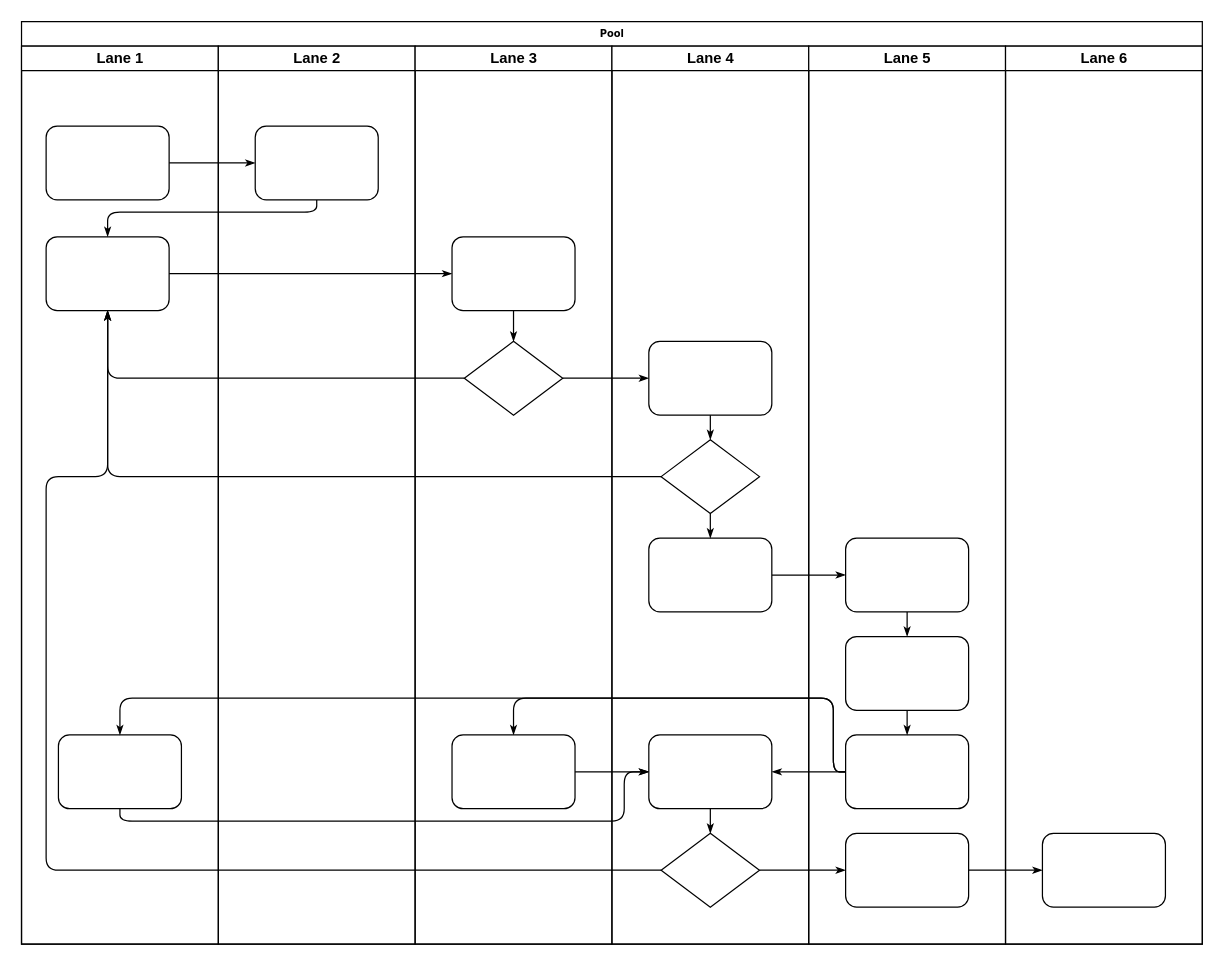
The draw.io diagram Untitled Diagram.drawio in dungnm8/temp_follow, before the edit. Source tidied: cells renumbered, new cells numbered last; positions are measured from the earlier drawing's top-left corner, leaving out a move shared by most shapes. Both pictures are drawn from the tidied source at 123%, with x=0, y=0 at pixel (21, 21).
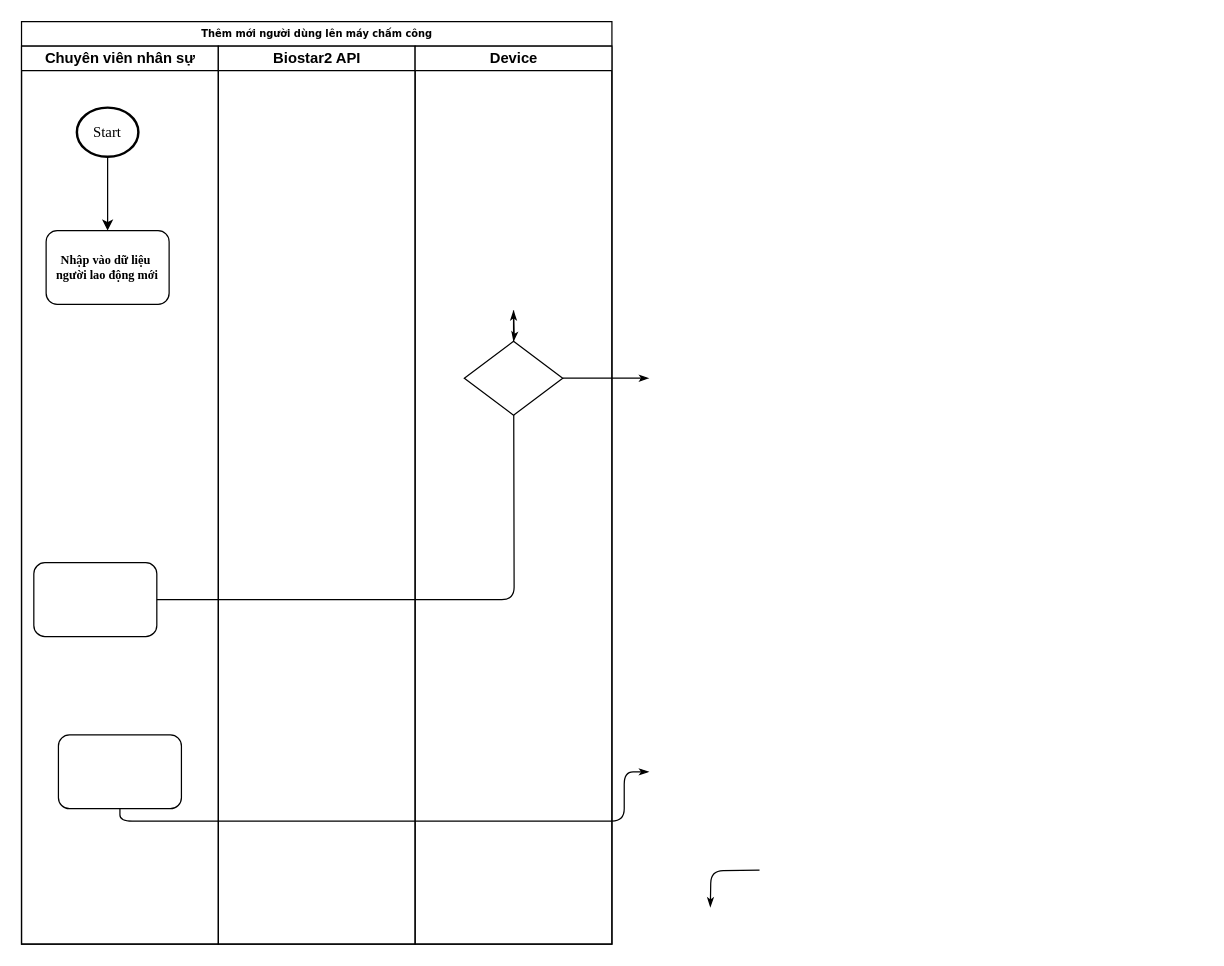
The same page after the edit.

The change refers to these unchanged cells:
```xml
<mxCell id="6" style="rounded=1;whiteSpace=wrap;html=1;shadow=0;labelBackgroundColor=none;strokeWidth=1;fontFamily=Verdana;fontSize=8;align=center;" parent="3" vertex="1">
  <mxGeometry x="30" y="560" width="100" height="60" as="geometry" />
</mxCell>
<mxCell id="26" style="rhombus;whiteSpace=wrap;html=1;rounded=0;shadow=0;labelBackgroundColor=none;strokeWidth=1;fontFamily=Verdana;fontSize=8;align=center;" parent="24" vertex="1">
  <mxGeometry x="40" y="240" width="80" height="60" as="geometry" />
</mxCell>
```

Diff of the diagram source:
```diff
@@
-    <mxCell id="2" value="Pool" style="swimlane;html=1;startSize=20;rounded=0;shadow=0;labelBackgroundColor=none;strokeWidth=1;fontFamily=Verdana;fontSize=8;align=center;" parent="1" vertex="1">
-      <mxGeometry width="960" height="750" as="geometry" />
+    <mxCell id="2" value="Thêm mới người dùng lên máy chấm công" style="swimlane;html=1;startSize=20;rounded=0;shadow=0;labelBackgroundColor=none;strokeWidth=1;fontFamily=Verdana;fontSize=8;align=center;" parent="1" vertex="1">
+      <mxGeometry width="480" height="750" as="geometry" />
     </mxCell>
-    <mxCell id="3" value="Lane 1" style="swimlane;html=1;startSize=20;" parent="2" vertex="1">
+    <mxCell id="3" value="Chuyên viên nhân sự" style="swimlane;html=1;startSize=20;" parent="2" vertex="1">
       <mxGeometry y="20" width="160" height="730" as="geometry" />
     </mxCell>
-    <mxCell id="4" style="rounded=1;whiteSpace=wrap;html=1;shadow=0;labelBackgroundColor=none;strokeWidth=1;fontFamily=Verdana;fontSize=8;align=center;" parent="3" vertex="1">
-      <mxGeometry x="20" y="65" width="100" height="60" as="geometry" />
+    <mxCell id="4" value="&lt;h4&gt;&lt;font face=&quot;Times New Roman&quot; style=&quot;font-size: 10px&quot;&gt;Nhập vào dữ liệu&amp;nbsp; người lao động mới&lt;/font&gt;&lt;/h4&gt;" style="rounded=1;whiteSpace=wrap;html=1;shadow=0;labelBackgroundColor=none;strokeWidth=1;fontFamily=Verdana;fontSize=8;align=center;" parent="3" vertex="1">
+      <mxGeometry x="20" y="150" width="100" height="60" as="geometry" />
     </mxCell>
     <mxCell id="5" style="rounded=1;whiteSpace=wrap;html=1;shadow=0;labelBackgroundColor=none;strokeWidth=1;fontFamily=Verdana;fontSize=8;align=center;" parent="3" vertex="1">
-      <mxGeometry x="20" y="155" width="100" height="60" as="geometry" />
+      <mxGeometry x="10" y="420" width="100" height="60" as="geometry" />
     </mxCell>
@@
-    <mxCell id="7" style="edgeStyle=orthogonalEdgeStyle;rounded=1;html=1;labelBackgroundColor=none;startArrow=none;startFill=0;startSize=5;endArrow=classicThin;endFill=1;endSize=5;jettySize=auto;strokeWidth=1;fontFamily=Verdana;fontSize=8;" parent="2" edge="1" source="4" target="23">
-      <mxGeometry relative="1" as="geometry" />
-    </mxCell>
-    <mxCell id="8" style="edgeStyle=orthogonalEdgeStyle;rounded=1;html=1;labelBackgroundColor=none;startArrow=none;startFill=0;startSize=5;endArrow=classicThin;endFill=1;endSize=5;jettySize=auto;strokeWidth=1;fontFamily=Verdana;fontSize=8;" parent="2" edge="1" source="23" target="5">
-      <mxGeometry relative="1" as="geometry">
-        <Array as="points">
-          <mxPoint x="240" y="155" />
-          <mxPoint x="70" y="155" />
-        </Array>
-      </mxGeometry>
-    </mxCell>
+    <mxCell id="47" style="edgeStyle=orthogonalEdgeStyle;rounded=0;jettySize=auto;html=1;" parent="3" edge="1" source="48" target="4">
+      <mxGeometry relative="1" as="geometry" />
+    </mxCell>
+    <mxCell id="48" value="&lt;font face=&quot;Times New Roman&quot; style=&quot;font-size: 12px&quot;&gt;Start&lt;/font&gt;" style="strokeWidth=2;html=1;shape=mxgraph.flowchart.start_2;whiteSpace=wrap;" parent="3" vertex="1">
+      <mxGeometry x="45" y="50" width="50" height="40" as="geometry" />
+    </mxCell>
-    <mxCell id="9" style="edgeStyle=orthogonalEdgeStyle;rounded=1;html=1;labelBackgroundColor=none;startArrow=none;startFill=0;startSize=5;endArrow=classicThin;endFill=1;endSize=5;jettySize=auto;strokeWidth=1;fontFamily=Verdana;fontSize=8;" parent="2" edge="1" source="5" target="25">
-      <mxGeometry relative="1" as="geometry" />
+    <mxCell id="9" style="edgeStyle=orthogonalEdgeStyle;rounded=1;html=1;labelBackgroundColor=none;startArrow=none;startFill=0;startSize=5;endArrow=classicThin;endFill=1;endSize=5;jettySize=auto;strokeWidth=1;fontFamily=Verdana;fontSize=8;" parent="2" edge="1" source="5">
+      <mxGeometry relative="1" as="geometry">
+        <mxPoint x="400" y="235" as="targetPoint" />
+      </mxGeometry>
     </mxCell>
-    <mxCell id="10" style="edgeStyle=orthogonalEdgeStyle;rounded=1;html=1;labelBackgroundColor=none;startArrow=none;startFill=0;startSize=5;endArrow=classicThin;endFill=1;endSize=5;jettySize=auto;strokeWidth=1;fontFamily=Verdana;fontSize=8;" parent="2" edge="1" source="26" target="5">
-      <mxGeometry relative="1" as="geometry" />
-    </mxCell>
-    <mxCell id="11" style="edgeStyle=orthogonalEdgeStyle;rounded=1;html=1;labelBackgroundColor=none;startArrow=none;startFill=0;startSize=5;endArrow=classicThin;endFill=1;endSize=5;jettySize=auto;strokeWidth=1;fontFamily=Verdana;fontSize=8;" parent="2" edge="1" source="31" target="5">
-      <mxGeometry relative="1" as="geometry" />
-    </mxCell>
-    <mxCell id="12" style="edgeStyle=orthogonalEdgeStyle;rounded=1;html=1;labelBackgroundColor=none;startArrow=none;startFill=0;startSize=5;endArrow=classicThin;endFill=1;endSize=5;jettySize=auto;strokeWidth=1;fontFamily=Verdana;fontSize=8;" parent="2" edge="1" source="34" target="5">
-      <mxGeometry relative="1" as="geometry">
-        <Array as="points">
-          <mxPoint x="20" y="690" />
-          <mxPoint x="20" y="370" />
-          <mxPoint x="70" y="370" />
-        </Array>
-      </mxGeometry>
-    </mxCell>
-    <mxCell id="13" style="edgeStyle=orthogonalEdgeStyle;rounded=1;html=1;labelBackgroundColor=none;startArrow=none;startFill=0;startSize=5;endArrow=classicThin;endFill=1;endSize=5;jettySize=auto;strokeWidth=1;fontFamily=Verdana;fontSize=8;" parent="2" edge="1" source="26" target="30">
-      <mxGeometry relative="1" as="geometry" />
+    <mxCell id="13" style="edgeStyle=orthogonalEdgeStyle;rounded=1;html=1;labelBackgroundColor=none;startArrow=none;startFill=0;startSize=5;endArrow=classicThin;endFill=1;endSize=5;jettySize=auto;strokeWidth=1;fontFamily=Verdana;fontSize=8;" parent="2" edge="1" source="26">
+      <mxGeometry relative="1" as="geometry">
+        <mxPoint x="510" y="290" as="targetPoint" />
+      </mxGeometry>
     </mxCell>
-    <mxCell id="14" style="edgeStyle=orthogonalEdgeStyle;rounded=1;html=1;labelBackgroundColor=none;startArrow=none;startFill=0;startSize=5;endArrow=classicThin;endFill=1;endSize=5;jettySize=auto;strokeWidth=1;fontFamily=Verdana;fontSize=8;" parent="2" edge="1" source="34" target="42">
-      <mxGeometry relative="1" as="geometry" />
+    <mxCell id="14" style="edgeStyle=orthogonalEdgeStyle;rounded=1;html=1;labelBackgroundColor=none;startArrow=none;startFill=0;startSize=5;endArrow=classicThin;endFill=1;endSize=5;jettySize=auto;orthogonalLoop=1;strokeWidth=1;fontFamily=Verdana;fontSize=8;" parent="2" edge="1">
+      <mxGeometry relative="1" as="geometry">
+        <mxPoint x="600" y="690" as="sourcePoint" />
+        <mxPoint x="560" y="720" as="targetPoint" />
+      </mxGeometry>
     </mxCell>
-    <mxCell id="15" style="edgeStyle=orthogonalEdgeStyle;rounded=1;html=1;labelBackgroundColor=none;startArrow=none;startFill=0;startSize=5;endArrow=classicThin;endFill=1;endSize=5;jettySize=auto;strokeWidth=1;fontFamily=Verdana;fontSize=8;" parent="2" edge="1" source="42" target="46">
-      <mxGeometry relative="1" as="geometry" />
-    </mxCell>
-    <mxCell id="16" style="edgeStyle=orthogonalEdgeStyle;rounded=1;html=1;labelBackgroundColor=none;startArrow=none;startFill=0;startSize=5;endArrow=classicThin;endFill=1;endSize=5;jettySize=auto;strokeWidth=1;fontFamily=Verdana;fontSize=8;" parent="2" edge="1" source="32" target="39">
-      <mxGeometry relative="1" as="geometry" />
-    </mxCell>
-    <mxCell id="17" style="edgeStyle=orthogonalEdgeStyle;rounded=1;html=1;labelBackgroundColor=none;startArrow=none;startFill=0;startSize=5;endArrow=classicThin;endFill=1;endSize=5;jettySize=auto;strokeWidth=1;fontFamily=Verdana;fontSize=8;" parent="2" edge="1" source="41" target="27">
-      <mxGeometry relative="1" as="geometry">
-        <Array as="points">
-          <mxPoint x="660" y="610" />
-          <mxPoint x="660" y="550" />
-          <mxPoint x="400" y="550" />
-        </Array>
-      </mxGeometry>
-    </mxCell>
-    <mxCell id="18" style="edgeStyle=orthogonalEdgeStyle;rounded=1;html=1;labelBackgroundColor=none;startArrow=none;startFill=0;startSize=5;endArrow=classicThin;endFill=1;endSize=5;jettySize=auto;strokeColor=#000000;strokeWidth=1;fontFamily=Verdana;fontSize=8;fontColor=#000000;" parent="2" edge="1" source="41" target="33">
-      <mxGeometry relative="1" as="geometry" />
-    </mxCell>
-    <mxCell id="19" style="edgeStyle=orthogonalEdgeStyle;rounded=1;html=1;labelBackgroundColor=none;startArrow=none;startFill=0;startSize=5;endArrow=classicThin;endFill=1;endSize=5;jettySize=auto;strokeWidth=1;fontFamily=Verdana;fontSize=8;" parent="2" edge="1" source="41" target="6">
-      <mxGeometry relative="1" as="geometry">
-        <Array as="points">
-          <mxPoint x="660" y="610" />
-          <mxPoint x="660" y="550" />
-          <mxPoint x="80" y="550" />
-        </Array>
-      </mxGeometry>
-    </mxCell>
-    <mxCell id="20" style="edgeStyle=orthogonalEdgeStyle;rounded=1;html=1;labelBackgroundColor=none;startArrow=none;startFill=0;startSize=5;endArrow=classicThin;endFill=1;endSize=5;jettySize=auto;strokeWidth=1;fontFamily=Verdana;fontSize=8;" parent="2" edge="1" source="6" target="33">
+    <mxCell id="20" style="edgeStyle=orthogonalEdgeStyle;rounded=1;html=1;labelBackgroundColor=none;startArrow=none;startFill=0;startSize=5;endArrow=classicThin;endFill=1;endSize=5;jettySize=auto;strokeWidth=1;fontFamily=Verdana;fontSize=8;" parent="2" edge="1" source="6">
       <mxGeometry relative="1" as="geometry">
+        <mxPoint x="510" y="610" as="targetPoint" />
         <Array as="points">
           <mxPoint x="80" y="650" />
           <mxPoint x="490" y="650" />
           <mxPoint x="490" y="610" />
         </Array>
       </mxGeometry>
     </mxCell>
-    <mxCell id="21" style="edgeStyle=orthogonalEdgeStyle;rounded=1;html=1;labelBackgroundColor=none;startArrow=none;startFill=0;startSize=5;endArrow=classicThin;endFill=1;endSize=5;jettySize=auto;strokeWidth=1;fontFamily=Verdana;fontSize=8;" parent="2" edge="1" source="27" target="33">
-      <mxGeometry relative="1" as="geometry" />
-    </mxCell>
-    <mxCell id="22" value="Lane 2" style="swimlane;html=1;startSize=20;" parent="2" vertex="1">
+    <mxCell id="22" value="Biostar2 API" style="swimlane;html=1;startSize=20;" parent="2" vertex="1">
       <mxGeometry x="160" y="20" width="160" height="730" as="geometry" />
     </mxCell>
-    <mxCell id="23" style="rounded=1;whiteSpace=wrap;html=1;shadow=0;labelBackgroundColor=none;strokeWidth=1;fontFamily=Verdana;fontSize=8;align=center;" parent="22" vertex="1">
-      <mxGeometry x="30" y="65" width="100" height="60" as="geometry" />
-    </mxCell>
-    <mxCell id="24" value="Lane 3" style="swimlane;html=1;startSize=20;" parent="2" vertex="1">
+    <mxCell id="24" value="Device" style="swimlane;html=1;startSize=20;" parent="2" vertex="1">
       <mxGeometry x="320" y="20" width="160" height="730" as="geometry" />
     </mxCell>
-    <mxCell id="25" style="rounded=1;whiteSpace=wrap;html=1;shadow=0;labelBackgroundColor=none;strokeWidth=1;fontFamily=Verdana;fontSize=8;align=center;" parent="24" vertex="1">
-      <mxGeometry x="30" y="155" width="100" height="60" as="geometry" />
-    </mxCell>
@@
-    <mxCell id="27" style="rounded=1;whiteSpace=wrap;html=1;shadow=0;labelBackgroundColor=none;strokeWidth=1;fontFamily=Verdana;fontSize=8;align=center;" parent="24" vertex="1">
-      <mxGeometry x="30" y="560" width="100" height="60" as="geometry" />
-    </mxCell>
-    <mxCell id="28" style="edgeStyle=orthogonalEdgeStyle;rounded=1;html=1;labelBackgroundColor=none;startArrow=none;startFill=0;startSize=5;endArrow=classicThin;endFill=1;endSize=5;jettySize=auto;strokeWidth=1;fontFamily=Verdana;fontSize=8;" parent="24" edge="1" source="25" target="26">
-      <mxGeometry relative="1" as="geometry" />
+    <mxCell id="28" style="edgeStyle=orthogonalEdgeStyle;rounded=1;html=1;labelBackgroundColor=none;startArrow=none;startFill=0;startSize=5;endArrow=classicThin;endFill=1;endSize=5;jettySize=auto;strokeWidth=1;fontFamily=Verdana;fontSize=8;" parent="24" edge="1" target="26">
+      <mxGeometry relative="1" as="geometry">
+        <mxPoint x="80" y="215" as="sourcePoint" />
+      </mxGeometry>
     </mxCell>
-    <mxCell id="29" value="Lane 4" style="swimlane;html=1;startSize=20;" parent="2" vertex="1">
-      <mxGeometry x="480" y="20" width="160" height="730" as="geometry" />
-    </mxCell>
-    <mxCell id="30" style="rounded=1;whiteSpace=wrap;html=1;shadow=0;labelBackgroundColor=none;strokeWidth=1;fontFamily=Verdana;fontSize=8;align=center;" parent="29" vertex="1">
-      <mxGeometry x="30" y="240" width="100" height="60" as="geometry" />
-    </mxCell>
-    <mxCell id="31" style="rhombus;whiteSpace=wrap;html=1;rounded=0;shadow=0;labelBackgroundColor=none;strokeWidth=1;fontFamily=Verdana;fontSize=8;align=center;" parent="29" vertex="1">
-      <mxGeometry x="40" y="320" width="80" height="60" as="geometry" />
-    </mxCell>
-    <mxCell id="32" style="rounded=1;whiteSpace=wrap;html=1;shadow=0;labelBackgroundColor=none;strokeWidth=1;fontFamily=Verdana;fontSize=8;align=center;" parent="29" vertex="1">
-      <mxGeometry x="30" y="400" width="100" height="60" as="geometry" />
-    </mxCell>
-    <mxCell id="33" style="rounded=1;whiteSpace=wrap;html=1;shadow=0;labelBackgroundColor=none;strokeWidth=1;fontFamily=Verdana;fontSize=8;align=center;" parent="29" vertex="1">
-      <mxGeometry x="30" y="560" width="100" height="60" as="geometry" />
-    </mxCell>
-    <mxCell id="34" style="rhombus;whiteSpace=wrap;html=1;rounded=0;shadow=0;labelBackgroundColor=none;strokeWidth=1;fontFamily=Verdana;fontSize=8;align=center;" parent="29" vertex="1">
-      <mxGeometry x="40" y="640" width="80" height="60" as="geometry" />
-    </mxCell>
-    <mxCell id="35" style="edgeStyle=orthogonalEdgeStyle;rounded=1;html=1;labelBackgroundColor=none;startArrow=none;startFill=0;startSize=5;endArrow=classicThin;endFill=1;endSize=5;jettySize=auto;strokeColor=#000000;strokeWidth=1;fontFamily=Verdana;fontSize=8;fontColor=#000000;" parent="29" edge="1" source="30" target="31">
-      <mxGeometry relative="1" as="geometry" />
-    </mxCell>
-    <mxCell id="36" style="edgeStyle=orthogonalEdgeStyle;rounded=1;html=1;labelBackgroundColor=none;startArrow=none;startFill=0;startSize=5;endArrow=classicThin;endFill=1;endSize=5;jettySize=auto;strokeWidth=1;fontFamily=Verdana;fontSize=8;" parent="29" edge="1" source="31" target="32">
-      <mxGeometry relative="1" as="geometry" />
-    </mxCell>
-    <mxCell id="37" style="edgeStyle=orthogonalEdgeStyle;rounded=1;html=1;labelBackgroundColor=none;startArrow=none;startFill=0;startSize=5;endArrow=classicThin;endFill=1;endSize=5;jettySize=auto;strokeWidth=1;fontFamily=Verdana;fontSize=8;" parent="29" edge="1" source="33" target="34">
-      <mxGeometry relative="1" as="geometry" />
-    </mxCell>
-    <mxCell id="38" value="Lane 5" style="swimlane;html=1;startSize=20;" parent="2" vertex="1">
-      <mxGeometry x="640" y="20" width="160" height="730" as="geometry" />
-    </mxCell>
-    <mxCell id="39" style="rounded=1;whiteSpace=wrap;html=1;shadow=0;labelBackgroundColor=none;strokeWidth=1;fontFamily=Verdana;fontSize=8;align=center;" parent="38" vertex="1">
-      <mxGeometry x="30" y="400" width="100" height="60" as="geometry" />
-    </mxCell>
-    <mxCell id="40" style="rounded=1;whiteSpace=wrap;html=1;shadow=0;labelBackgroundColor=none;strokeWidth=1;fontFamily=Verdana;fontSize=8;align=center;" parent="38" vertex="1">
-      <mxGeometry x="30" y="480" width="100" height="60" as="geometry" />
-    </mxCell>
-    <mxCell id="41" style="rounded=1;whiteSpace=wrap;html=1;shadow=0;labelBackgroundColor=none;strokeWidth=1;fontFamily=Verdana;fontSize=8;align=center;" parent="38" vertex="1">
-      <mxGeometry x="30" y="560" width="100" height="60" as="geometry" />
-    </mxCell>
-    <mxCell id="42" style="rounded=1;whiteSpace=wrap;html=1;shadow=0;labelBackgroundColor=none;strokeWidth=1;fontFamily=Verdana;fontSize=8;align=center;" parent="38" vertex="1">
-      <mxGeometry x="30" y="640" width="100" height="60" as="geometry" />
-    </mxCell>
-    <mxCell id="43" style="edgeStyle=orthogonalEdgeStyle;rounded=1;html=1;labelBackgroundColor=none;startArrow=none;startFill=0;startSize=5;endArrow=classicThin;endFill=1;endSize=5;jettySize=auto;strokeWidth=1;fontFamily=Verdana;fontSize=8;" parent="38" edge="1" source="39" target="40">
-      <mxGeometry relative="1" as="geometry" />
-    </mxCell>
-    <mxCell id="44" style="edgeStyle=orthogonalEdgeStyle;rounded=1;html=1;labelBackgroundColor=none;startArrow=none;startFill=0;startSize=5;endArrow=classicThin;endFill=1;endSize=5;jettySize=auto;strokeWidth=1;fontFamily=Verdana;fontSize=8;" parent="38" edge="1" source="40" target="41">
-      <mxGeometry relative="1" as="geometry" />
-    </mxCell>
-    <mxCell id="45" value="Lane 6" style="swimlane;html=1;startSize=20;" parent="2" vertex="1">
-      <mxGeometry x="800" y="20" width="160" height="730" as="geometry" />
-    </mxCell>
-    <mxCell id="46" style="rounded=1;whiteSpace=wrap;html=1;shadow=0;labelBackgroundColor=none;strokeWidth=1;fontFamily=Verdana;fontSize=8;align=center;" parent="45" vertex="1">
-      <mxGeometry x="30" y="640" width="100" height="60" as="geometry" />
-    </mxCell>
```
